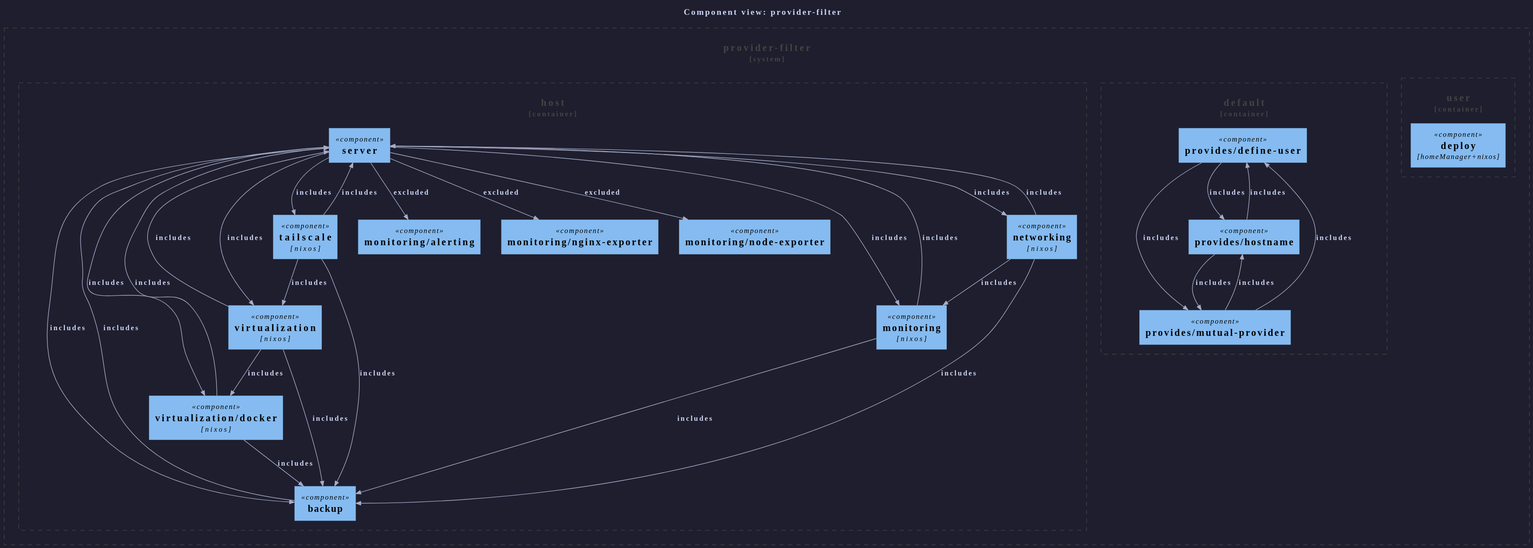
sini/den keeps this PlantUML diagram as templates/diag-fx-demo/diagrams/provider-filter-c4component.puml.svg. Above is the earlier version.
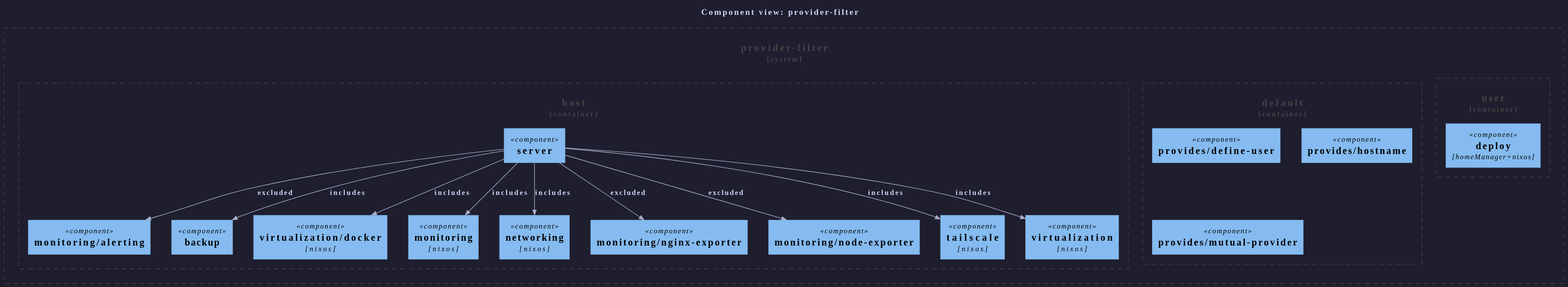
The same file after the commit.

The edit, as a diff of the source:
```diff
@@ -50,26 +50,8 @@
 }
 }
 
-Rel(backup, server, "includes")
-Rel(den__provides__mutual_provider, den__provides__define_user, "includes")
-Rel(den__provides__mutual_provider, den__provides__hostname, "includes")
-Rel(den__provides__hostname, den__provides__define_user, "includes")
-Rel(den__provides__define_user, den__provides__hostname, "includes")
-Rel(den__provides__define_user, den__provides__mutual_provider, "includes")
-Rel(den__provides__hostname, den__provides__mutual_provider, "includes")
-Rel(monitoring, backup, "includes")
-Rel(networking, backup, "includes")
+Rel(server, monitoring__alerting, "excluded")
 Rel(server, backup, "includes")
-Rel(tailscale, backup, "includes")
-Rel(virtualization, backup, "includes")
-Rel(virtualization__docker, backup, "includes")
-Rel(monitoring, server, "includes")
-Rel(networking, server, "includes")
-Rel(tailscale, server, "includes")
-Rel(virtualization, server, "includes")
-Rel(virtualization__docker, server, "includes")
-Rel(networking, monitoring, "includes")
-Rel(server, monitoring__alerting, "excluded")
 Rel(server, virtualization__docker, "includes")
 Rel(server, monitoring, "includes")
 Rel(server, networking, "includes")
@@ -77,6 +59,4 @@
 Rel(server, monitoring__node_exporter, "excluded")
 Rel(server, tailscale, "includes")
 Rel(server, virtualization, "includes")
-Rel(tailscale, virtualization, "includes")
-Rel(virtualization, virtualization__docker, "includes")
 @enduml
```
